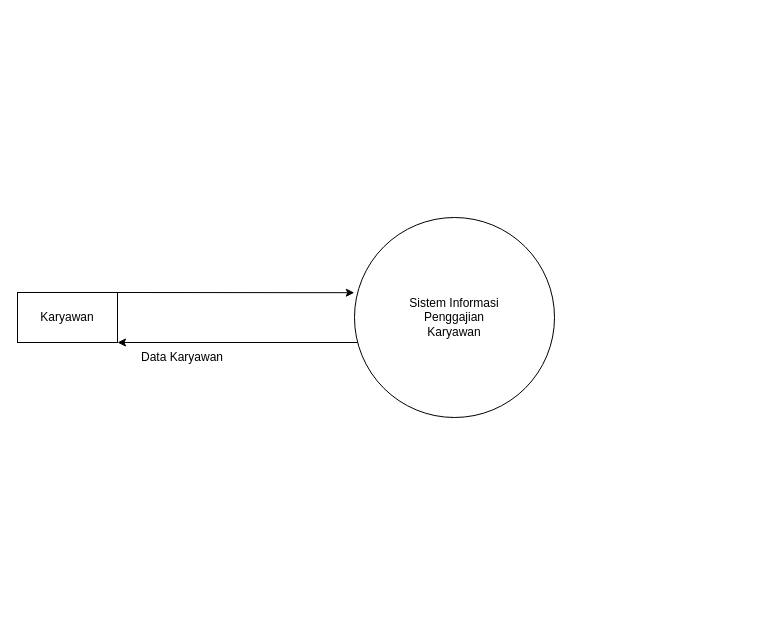
Earlier version of the draw.io diagram DFD.drawio (dapzz-id/DrawIO). Source tidied: cells renumbered, new cells numbered last; positions are measured from the earlier drawing's top-left corner, leaving out a move shared by most shapes. Both pictures are drawn from the tidied source at 100%, with x=0, y=0 at pixel (17, 217).
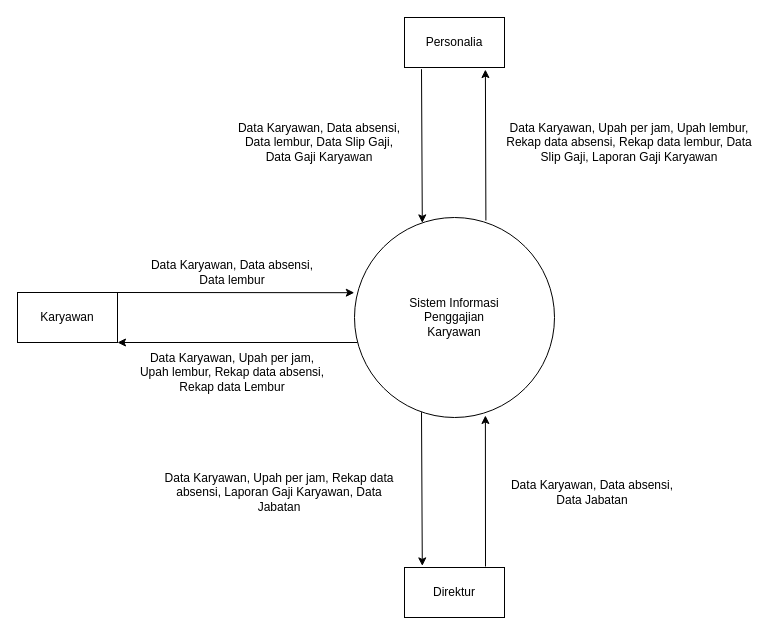
After the change.

The change refers to these unchanged cells:
```xml
<mxCell id="2" value="Sistem Informasi&lt;div&gt;Penggajian&lt;/div&gt;&lt;div&gt;Karyawan&lt;/div&gt;" style="shape=ellipse;html=1;dashed=0;whiteSpace=wrap;perimeter=ellipsePerimeter;" parent="1" vertex="1">
  <mxGeometry x="337" width="200" height="200" as="geometry" />
</mxCell>
```

Change to the diagram source:
```diff
@@
-    <mxCell id="6" value="Data Karyawan" style="text;html=1;align=center;verticalAlign=middle;whiteSpace=wrap;rounded=0;" parent="1" vertex="1">
-      <mxGeometry x="120" y="125" width="90" height="30" as="geometry" />
+    <mxCell id="6" value="Data Karyawan, Upah per jam, Upah lembur, Rekap data absensi, Rekap data Lembur" style="text;html=1;align=center;verticalAlign=middle;whiteSpace=wrap;rounded=0;" parent="1" vertex="1">
+      <mxGeometry x="120" y="140" width="190" height="30" as="geometry" />
     </mxCell>
+    <mxCell id="7" value="Personalia" style="html=1;dashed=0;whiteSpace=wrap;" parent="1" vertex="1">
+      <mxGeometry x="387" y="-200" width="100" height="50" as="geometry" />
+    </mxCell>
+    <mxCell id="8" style="endArrow=classic;html=1;rounded=0;exitX=0.12;exitY=1.033;exitDx=0;exitDy=0;exitPerimeter=0;entryX=0.314;entryY=0.027;entryDx=0;entryDy=0;entryPerimeter=0;" parent="1" edge="1">
+      <mxGeometry relative="1" as="geometry">
+        <mxPoint x="404" y="-148.3" as="sourcePoint" />
+        <mxPoint x="404.8" y="5.4" as="targetPoint" />
+      </mxGeometry>
+    </mxCell>
+    <mxCell id="9" style="endArrow=classic;html=1;rounded=0;entryX=0.809;entryY=1.041;entryDx=0;entryDy=0;entryPerimeter=0;exitX=0.657;exitY=0.015;exitDx=0;exitDy=0;exitPerimeter=0;" parent="1" edge="1" source="2" target="7">
+      <mxGeometry relative="1" as="geometry" />
+    </mxCell>
+    <mxCell id="10" value="Direktur" style="html=1;dashed=0;whiteSpace=wrap;" parent="1" vertex="1">
+      <mxGeometry x="387" y="350" width="100" height="50" as="geometry" />
+    </mxCell>
+    <mxCell id="11" style="endArrow=classic;html=1;rounded=0;exitX=0.12;exitY=1.033;exitDx=0;exitDy=0;exitPerimeter=0;entryX=0.314;entryY=0.027;entryDx=0;entryDy=0;entryPerimeter=0;" parent="1" edge="1">
+      <mxGeometry relative="1" as="geometry">
+        <mxPoint x="404" y="194.7" as="sourcePoint" />
+        <mxPoint x="404.8" y="348.4" as="targetPoint" />
+      </mxGeometry>
+    </mxCell>
+    <mxCell id="12" style="endArrow=classic;html=1;rounded=0;entryX=0.809;entryY=1.041;entryDx=0;entryDy=0;entryPerimeter=0;exitX=0.657;exitY=0.015;exitDx=0;exitDy=0;exitPerimeter=0;" parent="1" edge="1">
+      <mxGeometry relative="1" as="geometry">
+        <mxPoint x="468" y="349" as="sourcePoint" />
+        <mxPoint x="467.9" y="198" as="targetPoint" />
+      </mxGeometry>
+    </mxCell>
+    <mxCell id="13" value="Data Karyawan, Upah per jam, Upah lembur, Rekap data absensi, Rekap data lembur, Data Slip Gaji, Laporan Gaji Karyawan" style="text;html=1;align=center;verticalAlign=middle;whiteSpace=wrap;rounded=0;" parent="1" vertex="1">
+      <mxGeometry x="487" y="-90" width="250" height="30" as="geometry" />
+    </mxCell>
+    <mxCell id="14" value="Data Karyawan, Data absensi, Data lembur" style="text;html=1;align=center;verticalAlign=middle;whiteSpace=wrap;rounded=0;" parent="1" vertex="1">
+      <mxGeometry x="130" y="40" width="170" height="30" as="geometry" />
+    </mxCell>
+    <mxCell id="15" value="Data Karyawan, Data absensi, Data lembur, Data Slip Gaji, Data Gaji Karyawan" style="text;html=1;align=center;verticalAlign=middle;whiteSpace=wrap;rounded=0;" parent="1" vertex="1">
+      <mxGeometry x="217" y="-90" width="170" height="30" as="geometry" />
+    </mxCell>
+    <mxCell id="16" value="Data Karyawan, Data absensi, Data Jabatan" style="text;html=1;align=center;verticalAlign=middle;whiteSpace=wrap;rounded=0;" parent="1" vertex="1">
+      <mxGeometry x="490" y="260" width="170" height="30" as="geometry" />
+    </mxCell>
+    <mxCell id="17" value="Data Karyawan, Upah per jam, Rekap data absensi, Laporan Gaji Karyawan, Data Jabatan" style="text;html=1;align=center;verticalAlign=middle;whiteSpace=wrap;rounded=0;" parent="1" vertex="1">
+      <mxGeometry x="137" y="260" width="250" height="30" as="geometry" />
+    </mxCell>
```
